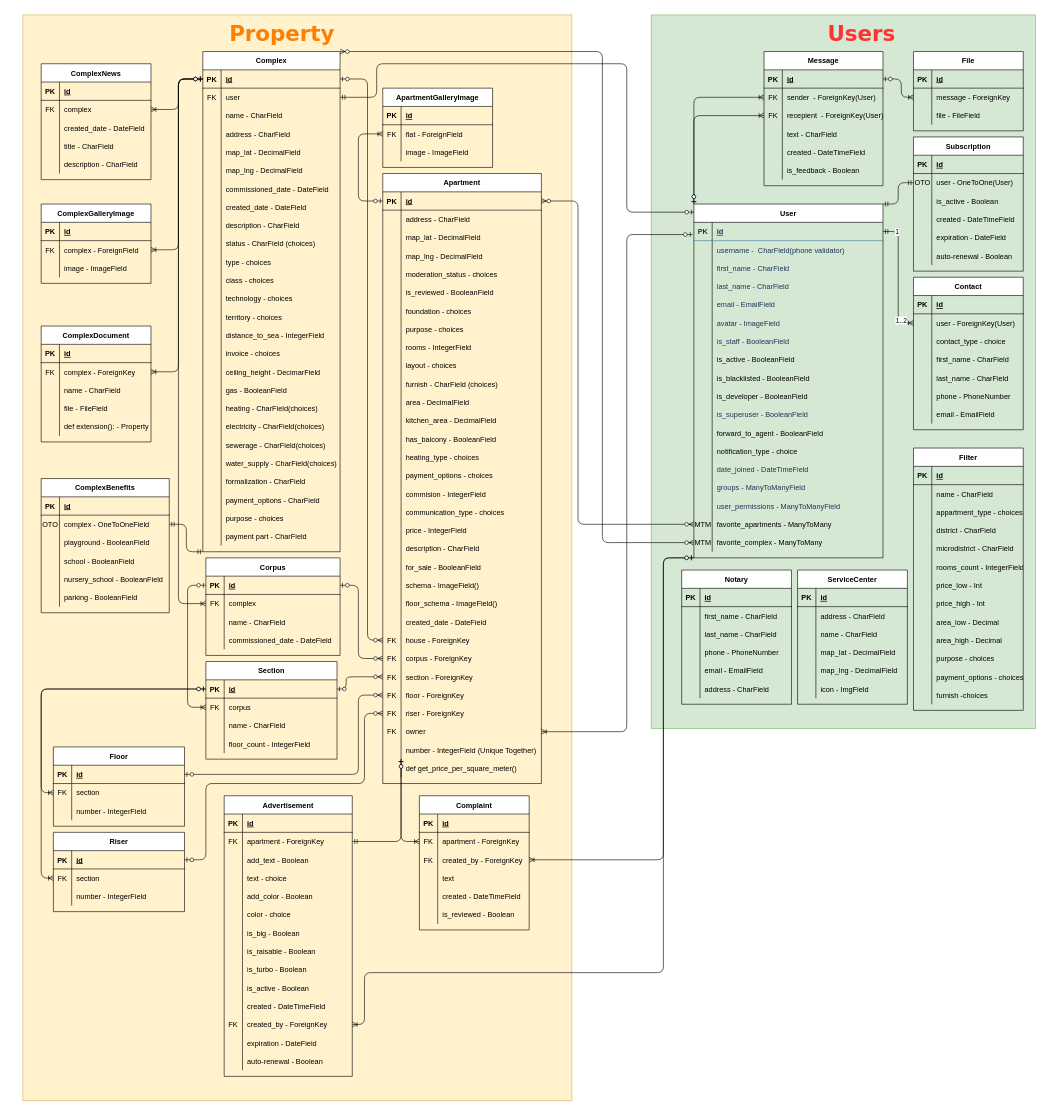
Before: diagrams/db.drawio in Rey092/SwipeApp, a draw.io diagram. Source tidied: cells renumbered, new cells numbered last; positions are measured from the earlier drawing's top-left corner, leaving out a move shared by most shapes. Both pictures are drawn from the tidied source at 61%, with x=0, y=0 at pixel (10, 15).
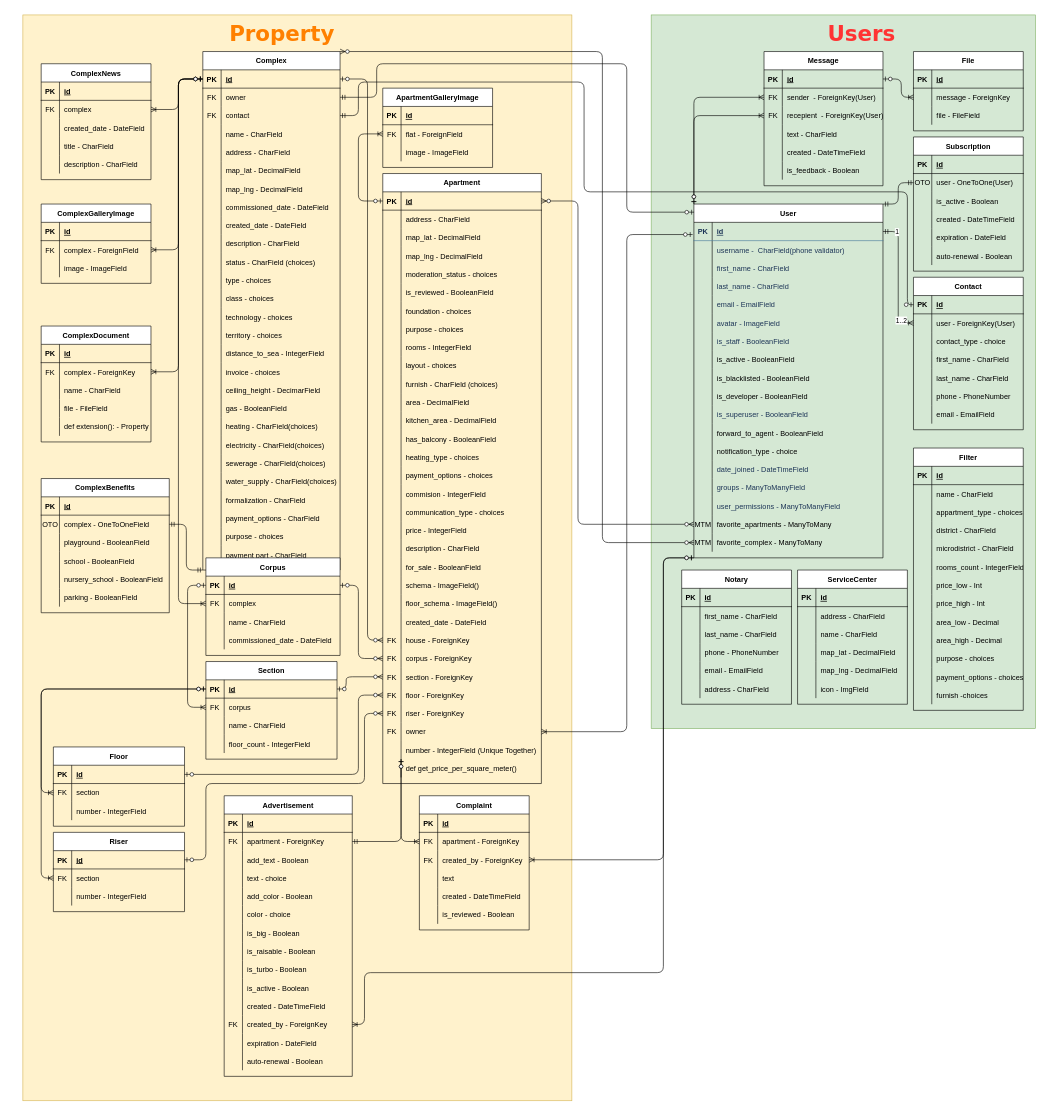
The same diagram, later.

Unchanged cells that the change refers to:
```xml
<mxCell id="3" style="group;" parent="1" vertex="1">
  <mxGeometry y="60" width="915" height="1680" as="geometry" />
</mxCell>
<mxCell id="105" style="shape=partialRectangle;fillColor=none;top=0;left=0;bottom=0;right=0;points=[[0,0.5],[1,0.5]];portConstraint=eastwest;" parent="101" vertex="1">
  <mxGeometry y="60" width="225" height="30" as="geometry" />
</mxCell>
<mxCell id="434" style="shape=partialRectangle;fillColor=none;top=0;left=0;bottom=1;right=0;points=[[0,0.5],[1,0.5]];portConstraint=eastwest;" parent="433" vertex="1">
  <mxGeometry y="30" width="180" height="30" as="geometry" />
</mxCell>
```

Diff of the diagram source:
```diff
@@
     <mxCell id="101" value="Complex" style="shape=table;startSize=30;childLayout=tableLayout;rowLines=0;fontStyle=1;align=center;" parent="3" vertex="1">
-      <mxGeometry x="315" width="225" height="820" as="geometry" />
+      <mxGeometry x="315" width="225" height="850" as="geometry" />
     </mxCell>
@@
-    <mxCell id="107" value="user" style="shape=partialRectangle;fillColor=none;top=0;left=0;bottom=0;right=0;align=left;spacingLeft=6;fontStyle=0;overflow=hidden;" parent="105" vertex="1">
+    <mxCell id="107" value="owner" style="shape=partialRectangle;fillColor=none;top=0;left=0;bottom=0;right=0;align=left;spacingLeft=6;fontStyle=0;overflow=hidden;" parent="105" vertex="1">
       <mxGeometry x="30" width="195" height="30" as="geometry" />
     </mxCell>
+    <mxCell id="595" style="shape=partialRectangle;fillColor=none;top=0;left=0;bottom=0;right=0;points=[[0,0.5],[1,0.5]];portConstraint=eastwest;" parent="101" vertex="1">
+      <mxGeometry y="90" width="225" height="30" as="geometry" />
+    </mxCell>
+    <mxCell id="596" value="FK" style="shape=partialRectangle;fillColor=none;top=0;left=0;bottom=0;right=0;fontStyle=0;overflow=hidden;" parent="595" vertex="1">
+      <mxGeometry width="30" height="30" as="geometry" />
+    </mxCell>
+    <mxCell id="597" value="contact" style="shape=partialRectangle;fillColor=none;top=0;left=0;bottom=0;right=0;align=left;spacingLeft=6;fontStyle=0;overflow=hidden;" parent="595" vertex="1">
+      <mxGeometry x="30" width="195" height="30" as="geometry" />
+    </mxCell>
     <mxCell id="108" style="shape=partialRectangle;fillColor=none;top=0;left=0;bottom=0;right=0;" parent="101" vertex="1">
-      <mxGeometry y="90" width="225" height="30" as="geometry" />
+      <mxGeometry y="120" width="225" height="30" as="geometry" />
     </mxCell>
@@
     <mxCell id="111" style="shape=partialRectangle;fillColor=none;top=0;left=0;bottom=0;right=0;" parent="101" vertex="1">
-      <mxGeometry y="120" width="225" height="30" as="geometry" />
+      <mxGeometry y="150" width="225" height="30" as="geometry" />
     </mxCell>
@@
     <mxCell id="114" style="shape=partialRectangle;fillColor=none;top=0;left=0;bottom=0;right=0;" parent="101" vertex="1">
-      <mxGeometry y="150" width="225" height="30" as="geometry" />
+      <mxGeometry y="180" width="225" height="30" as="geometry" />
     </mxCell>
@@
     <mxCell id="117" style="shape=partialRectangle;fillColor=none;top=0;left=0;bottom=0;right=0;" parent="101" vertex="1">
-      <mxGeometry y="180" width="225" height="30" as="geometry" />
+      <mxGeometry y="210" width="225" height="30" as="geometry" />
     </mxCell>
@@
     <mxCell id="120" style="shape=partialRectangle;fillColor=none;top=0;left=0;bottom=0;right=0;" parent="101" vertex="1">
-      <mxGeometry y="210" width="225" height="30" as="geometry" />
+      <mxGeometry y="240" width="225" height="30" as="geometry" />
     </mxCell>
@@
     <mxCell id="123" style="shape=partialRectangle;fillColor=none;top=0;left=0;bottom=0;right=0;" parent="101" vertex="1">
-      <mxGeometry y="240" width="225" height="30" as="geometry" />
+      <mxGeometry y="270" width="225" height="30" as="geometry" />
     </mxCell>
@@
     <mxCell id="126" style="shape=partialRectangle;fillColor=none;top=0;left=0;bottom=0;right=0;" parent="101" vertex="1">
-      <mxGeometry y="270" width="225" height="30" as="geometry" />
+      <mxGeometry y="300" width="225" height="30" as="geometry" />
     </mxCell>
@@
     <mxCell id="129" style="shape=partialRectangle;fillColor=none;top=0;left=0;bottom=0;right=0;" parent="101" vertex="1">
-      <mxGeometry y="300" width="225" height="30" as="geometry" />
+      <mxGeometry y="330" width="225" height="30" as="geometry" />
     </mxCell>
@@
     <mxCell id="132" style="shape=partialRectangle;fillColor=none;top=0;left=0;bottom=0;right=0;" parent="101" vertex="1">
-      <mxGeometry y="330" width="225" height="30" as="geometry" />
+      <mxGeometry y="360" width="225" height="30" as="geometry" />
     </mxCell>
@@
     <mxCell id="135" style="shape=partialRectangle;fillColor=none;top=0;left=0;bottom=0;right=0;" parent="101" vertex="1">
-      <mxGeometry y="360" width="225" height="30" as="geometry" />
+      <mxGeometry y="390" width="225" height="30" as="geometry" />
     </mxCell>
@@
     <mxCell id="138" style="shape=partialRectangle;fillColor=none;top=0;left=0;bottom=0;right=0;" parent="101" vertex="1">
-      <mxGeometry y="390" width="225" height="30" as="geometry" />
+      <mxGeometry y="420" width="225" height="30" as="geometry" />
     </mxCell>
@@
     <mxCell id="141" style="shape=partialRectangle;fillColor=none;top=0;left=0;bottom=0;right=0;" parent="101" vertex="1">
-      <mxGeometry y="420" width="225" height="30" as="geometry" />
+      <mxGeometry y="450" width="225" height="30" as="geometry" />
     </mxCell>
@@
     <mxCell id="144" style="shape=partialRectangle;fillColor=none;top=0;left=0;bottom=0;right=0;" parent="101" vertex="1">
-      <mxGeometry y="450" width="225" height="30" as="geometry" />
+      <mxGeometry y="480" width="225" height="30" as="geometry" />
     </mxCell>
@@
     <mxCell id="147" style="shape=partialRectangle;fillColor=none;top=0;left=0;bottom=0;right=0;" parent="101" vertex="1">
-      <mxGeometry y="480" width="225" height="30" as="geometry" />
+      <mxGeometry y="510" width="225" height="30" as="geometry" />
     </mxCell>
@@
     <mxCell id="150" style="shape=partialRectangle;fillColor=none;top=0;left=0;bottom=0;right=0;" parent="101" vertex="1">
-      <mxGeometry y="510" width="225" height="30" as="geometry" />
+      <mxGeometry y="540" width="225" height="30" as="geometry" />
     </mxCell>
@@
     <mxCell id="153" style="shape=partialRectangle;fillColor=none;top=0;left=0;bottom=0;right=0;" parent="101" vertex="1">
-      <mxGeometry y="540" width="225" height="30" as="geometry" />
+      <mxGeometry y="570" width="225" height="30" as="geometry" />
     </mxCell>
@@
     <mxCell id="156" style="shape=partialRectangle;fillColor=none;top=0;left=0;bottom=0;right=0;" parent="101" vertex="1">
-      <mxGeometry y="570" width="225" height="30" as="geometry" />
+      <mxGeometry y="600" width="225" height="30" as="geometry" />
     </mxCell>
@@
     <mxCell id="159" style="shape=partialRectangle;fillColor=none;top=0;left=0;bottom=0;right=0;" parent="101" vertex="1">
-      <mxGeometry y="600" width="225" height="30" as="geometry" />
+      <mxGeometry y="630" width="225" height="30" as="geometry" />
     </mxCell>
@@
     <mxCell id="162" style="shape=partialRectangle;fillColor=none;top=0;left=0;bottom=0;right=0;" parent="101" vertex="1">
-      <mxGeometry y="630" width="225" height="30" as="geometry" />
+      <mxGeometry y="660" width="225" height="30" as="geometry" />
     </mxCell>
@@
     <mxCell id="165" style="shape=partialRectangle;fillColor=none;top=0;left=0;bottom=0;right=0;" parent="101" vertex="1">
-      <mxGeometry y="660" width="225" height="30" as="geometry" />
+      <mxGeometry y="690" width="225" height="30" as="geometry" />
     </mxCell>
@@
     <mxCell id="168" style="shape=partialRectangle;fillColor=none;top=0;left=0;bottom=0;right=0;" parent="101" vertex="1">
-      <mxGeometry y="690" width="225" height="30" as="geometry" />
+      <mxGeometry y="720" width="225" height="30" as="geometry" />
     </mxCell>
@@
     <mxCell id="171" style="shape=partialRectangle;fillColor=none;top=0;left=0;bottom=0;right=0;" parent="101" vertex="1">
-      <mxGeometry y="720" width="225" height="30" as="geometry" />
+      <mxGeometry y="750" width="225" height="30" as="geometry" />
     </mxCell>
@@
     <mxCell id="174" style="shape=partialRectangle;fillColor=none;top=0;left=0;bottom=0;right=0;" parent="101" vertex="1">
-      <mxGeometry y="750" width="225" height="30" as="geometry" />
+      <mxGeometry y="780" width="225" height="30" as="geometry" />
     </mxCell>
@@
     <mxCell id="177" style="shape=partialRectangle;fillColor=none;top=0;left=0;bottom=0;right=0;" parent="101" vertex="1">
-      <mxGeometry y="780" width="225" height="30" as="geometry" />
+      <mxGeometry y="810" width="225" height="30" as="geometry" />
     </mxCell>
@@
+    <mxCell id="598" style="edgeStyle=orthogonalEdgeStyle;fontSize=12;html=1;endArrow=ERzeroToOne;startArrow=ERmandOne;entryX=0;entryY=0.5;entryDx=0;entryDy=0;exitX=1;exitY=0.5;exitDx=0;exitDy=0;" parent="1" edge="1" source="595" target="434">
+      <mxGeometry relative="1" as="geometry">
+        <Array as="points">
+          <mxPoint x="570" y="165" />
+          <mxPoint x="570" y="110" />
+          <mxPoint x="940" y="110" />
+          <mxPoint x="940" y="290" />
+          <mxPoint x="1470" y="290" />
+          <mxPoint x="1470" y="475" />
+        </Array>
+      </mxGeometry>
+    </mxCell>
```
